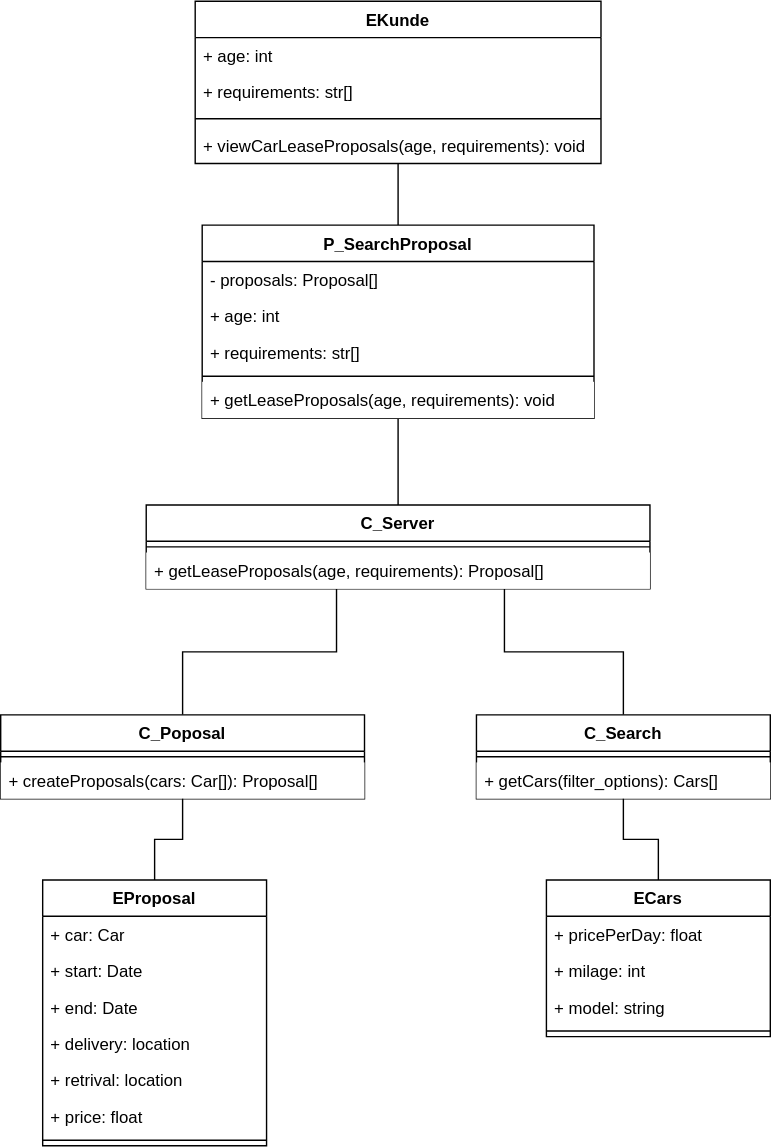
Before: sw-eng-06.drawio.svg, a diagram exported from draw.io (MassimiIiano/software-eng-projects-uni). Source tidied: cells renumbered, new cells last; positions are measured from the earlier drawing's top-left corner, leaving out a move shared by most shapes.
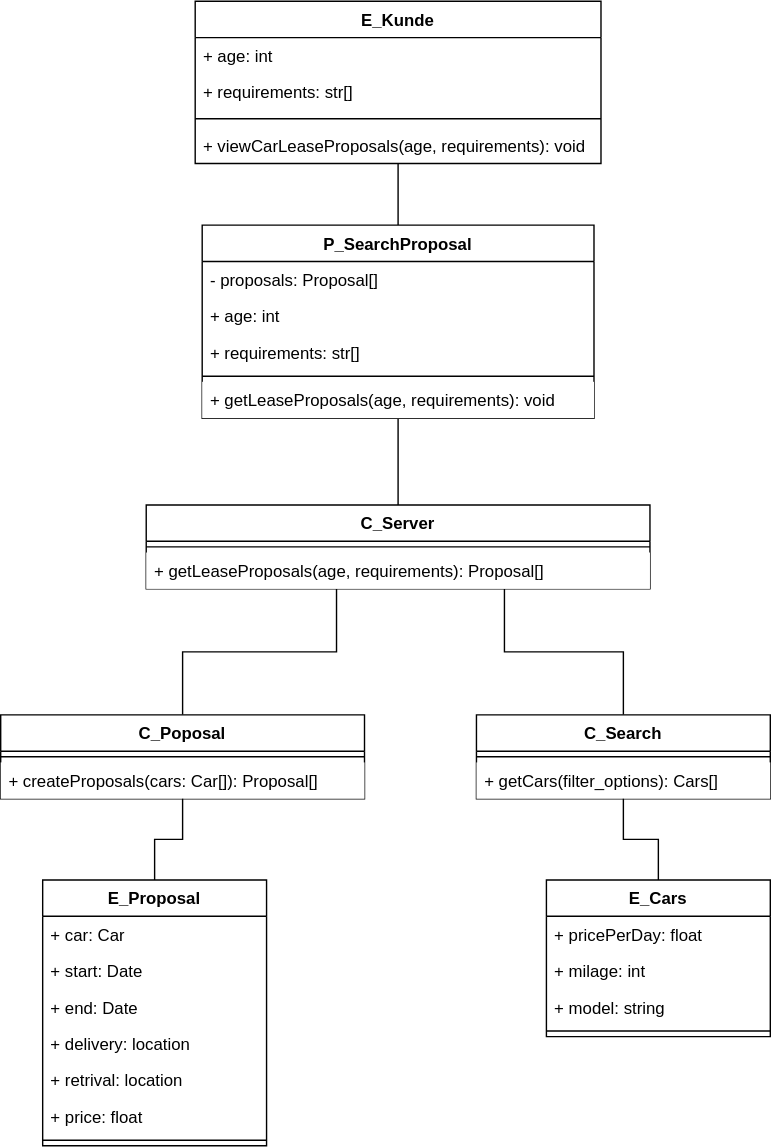
The same file after the commit.

The edit, as a diff of the source:
```diff
@@ -5,7 +5,7 @@
     <mxCell id="2" style="edgeStyle=orthogonalEdgeStyle;rounded=0;jettySize=auto;html=1;endArrow=none;endFill=0;" parent="1" edge="1" source="3" target="9">
       <mxGeometry relative="1" as="geometry" />
     </mxCell>
-    <mxCell id="3" value="EKunde" style="swimlane;fontStyle=1;align=center;verticalAlign=top;horizontal=1;startSize=26;whiteSpace=wrap;html=1;" parent="1" vertex="1">
+    <mxCell id="3" value="E_Kunde" style="swimlane;fontStyle=1;align=center;verticalAlign=top;horizontal=1;startSize=26;whiteSpace=wrap;html=1;" parent="1" vertex="1">
       <mxGeometry x="139" width="290" height="116" as="geometry" />
     </mxCell>
     <mxCell id="4" value="&lt;div&gt;+ age: int&lt;/div&gt;" style="text;strokeColor=none;fillColor=none;align=left;verticalAlign=top;spacingLeft=4;spacingRight=4;overflow=hidden;whiteSpace=wrap;html=1;" parent="3" vertex="1">
@@ -87,7 +87,7 @@
     <mxCell id="26" style="edgeStyle=orthogonalEdgeStyle;shape=connector;rounded=0;jettySize=auto;html=1;strokeColor=default;align=center;verticalAlign=middle;fontFamily=Helvetica;fontSize=11;fontColor=default;labelBackgroundColor=default;endArrow=none;endFill=0;" parent="1" edge="1" source="27" target="23">
       <mxGeometry relative="1" as="geometry" />
     </mxCell>
-    <mxCell id="27" value="ECars" style="swimlane;fontStyle=1;align=center;verticalAlign=top;horizontal=1;startSize=26;whiteSpace=wrap;html=1;" parent="1" vertex="1">
+    <mxCell id="27" value="E_Cars" style="swimlane;fontStyle=1;align=center;verticalAlign=top;horizontal=1;startSize=26;whiteSpace=wrap;html=1;" parent="1" vertex="1">
       <mxGeometry x="390" y="628" width="160" height="112" as="geometry" />
     </mxCell>
     <mxCell id="28" value="+ pricePerDay: float" style="text;strokeColor=none;fillColor=none;align=left;verticalAlign=top;spacingLeft=4;spacingRight=4;overflow=hidden;whiteSpace=wrap;html=1;" parent="27" vertex="1">
@@ -105,7 +105,7 @@
     <mxCell id="32" style="edgeStyle=orthogonalEdgeStyle;shape=connector;rounded=0;jettySize=auto;html=1;strokeColor=default;align=center;verticalAlign=middle;fontFamily=Helvetica;fontSize=11;fontColor=default;labelBackgroundColor=default;endArrow=none;endFill=0;" parent="1" edge="1" source="33" target="20">
       <mxGeometry relative="1" as="geometry" />
     </mxCell>
-    <mxCell id="33" value="EProposal" style="swimlane;fontStyle=1;align=center;verticalAlign=top;horizontal=1;startSize=26;whiteSpace=wrap;html=1;" parent="1" vertex="1">
+    <mxCell id="33" value="E_Proposal" style="swimlane;fontStyle=1;align=center;verticalAlign=top;horizontal=1;startSize=26;whiteSpace=wrap;html=1;" parent="1" vertex="1">
       <mxGeometry x="30" y="628" width="160" height="190" as="geometry" />
     </mxCell>
     <mxCell id="34" value="+ car: Car" style="text;strokeColor=none;fillColor=none;align=left;verticalAlign=top;spacingLeft=4;spacingRight=4;overflow=hidden;whiteSpace=wrap;html=1;" parent="33" vertex="1">
```
